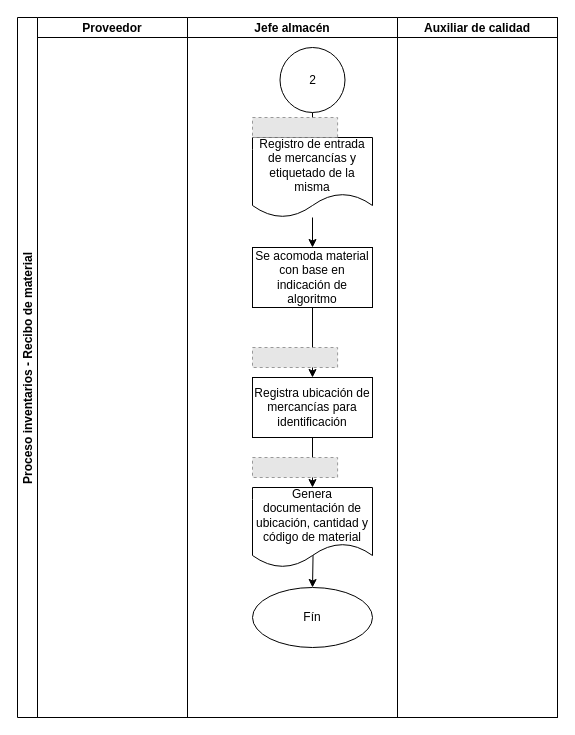
Above: page "Page-2" (2 of 2) of 172285_Arandia_Recibo de material (adaptado).drawio in FerAran/Flowchart (draw.io), before the change. Source tidied: cells renumbered, new cells numbered last; positions are measured from the earlier drawing's top-left corner, leaving out a move shared by most shapes. Both pictures are drawn from the tidied source at 100%, with x=0, y=0 at pixel (17, 17). Pictures stored in the file or linked from it are replaced by grey dashed boxes.
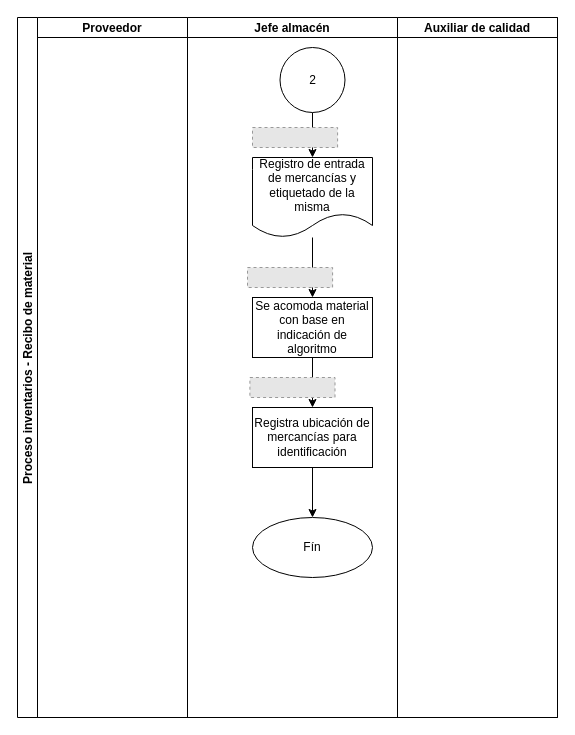
Above is the later version.

The change refers to these unchanged cells:
```xml
<mxCell id="4" value="Jefe almacén" style="swimlane;startSize=20;" parent="2" vertex="1">
  <mxGeometry x="170" width="210" height="700" as="geometry" />
</mxCell>
```

The edit, as a diff of the source:
```diff
@@
     <mxCell id="5" value="Registro de entrada de mercancías y etiquetado de la misma" style="shape=document;whiteSpace=wrap;html=1;boundedLbl=1;" parent="4" vertex="1">
-      <mxGeometry x="65" y="120" width="120" height="80" as="geometry" />
+      <mxGeometry x="65" y="140" width="120" height="80" as="geometry" />
     </mxCell>
@@
     <mxCell id="8" style="fillColor=#E6E6E6;strokeColor=#999999;dashed=1;verticalLabelPosition=bottom;labelBackgroundColor=default;verticalAlign=top;" parent="4" vertex="1">
-      <mxGeometry x="65" y="100" width="85.1" height="20" as="geometry" />
+      <mxGeometry x="65" y="110" width="85.1" height="20" as="geometry" />
     </mxCell>
-    <mxCell id="9" style="edgeStyle=orthogonalEdgeStyle;rounded=0;jettySize=auto;html=1;entryX=0.5;entryY=0;entryDx=0;entryDy=0;" parent="4" edge="1" source="10" target="17">
+    <mxCell id="9" style="edgeStyle=orthogonalEdgeStyle;rounded=0;jettySize=auto;html=1;" parent="4" edge="1" source="10" target="17">
       <mxGeometry relative="1" as="geometry" />
     </mxCell>
     <mxCell id="10" value="Se acomoda material con base en indicación de algoritmo" style="whiteSpace=wrap;html=1;" parent="4" vertex="1">
-      <mxGeometry x="65" y="230" width="120" height="60" as="geometry" />
+      <mxGeometry x="65" y="280" width="120" height="60" as="geometry" />
     </mxCell>
@@
     <mxCell id="12" value="Fín" style="ellipse;whiteSpace=wrap;html=1;" parent="4" vertex="1">
-      <mxGeometry x="65" y="570" width="120" height="60" as="geometry" />
+      <mxGeometry x="65" y="500" width="120" height="60" as="geometry" />
     </mxCell>
-    <mxCell id="13" style="edgeStyle=orthogonalEdgeStyle;rounded=0;jettySize=auto;html=1;" parent="4" edge="1" target="12">
-      <mxGeometry relative="1" as="geometry">
-        <mxPoint x="125" y="510" as="sourcePoint" />
-      </mxGeometry>
-    </mxCell>
-    <mxCell id="14" value="Genera documentación de ubicación, cantidad y código de material" style="shape=document;whiteSpace=wrap;html=1;boundedLbl=1;" parent="4" vertex="1">
-      <mxGeometry x="65" y="470" width="120" height="80" as="geometry" />
-    </mxCell>
     <mxCell id="15" style="fillColor=#E6E6E6;strokeColor=#999999;dashed=1;verticalLabelPosition=bottom;labelBackgroundColor=default;verticalAlign=top;" parent="4" vertex="1">
-      <mxGeometry x="65" y="330" width="85.1" height="20" as="geometry" />
+      <mxGeometry x="60" y="250" width="85.1" height="20" as="geometry" />
     </mxCell>
-    <mxCell id="16" style="edgeStyle=orthogonalEdgeStyle;rounded=0;jettySize=auto;html=1;" parent="4" edge="1" source="17" target="14">
+    <mxCell id="16" style="edgeStyle=orthogonalEdgeStyle;rounded=0;jettySize=auto;html=1;entryX=0.5;entryY=0;entryDx=0;entryDy=0;" parent="4" edge="1" source="17" target="12">
       <mxGeometry relative="1" as="geometry" />
     </mxCell>
     <mxCell id="17" value="Registra ubicación de mercancías para identificación" style="whiteSpace=wrap;html=1;" parent="4" vertex="1">
-      <mxGeometry x="65" y="360" width="120" height="60" as="geometry" />
+      <mxGeometry x="65" y="390" width="120" height="60" as="geometry" />
     </mxCell>
-    <mxCell id="18" style="fillColor=#E6E6E6;strokeColor=#999999;dashed=1;verticalLabelPosition=bottom;labelBackgroundColor=default;verticalAlign=top;" parent="4" vertex="1">
-      <mxGeometry x="65" y="440" width="85.1" height="20" as="geometry" />
-    </mxCell>
+    <mxCell id="20" style="fillColor=#E6E6E6;strokeColor=#999999;dashed=1;verticalLabelPosition=bottom;labelBackgroundColor=default;verticalAlign=top;" parent="4" vertex="1">
+      <mxGeometry x="62.4" y="360" width="85.1" height="20" as="geometry" />
+    </mxCell>
@@
+    <mxCell id="21" style="edgeStyle=orthogonalEdgeStyle;rounded=0;jettySize=auto;html=1;exitX=0.5;exitY=1;exitDx=0;exitDy=0;" parent="1" edge="1" source="8">
+      <mxGeometry relative="1" as="geometry">
+        <mxPoint x="278" y="130" as="targetPoint" />
+      </mxGeometry>
+    </mxCell>
```
